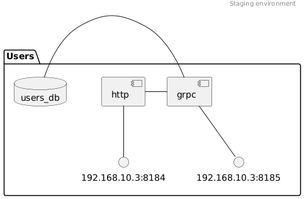
bd878/lesnotes keeps this PlantUML diagram as docs/images/services.png. Above is the earlier version.
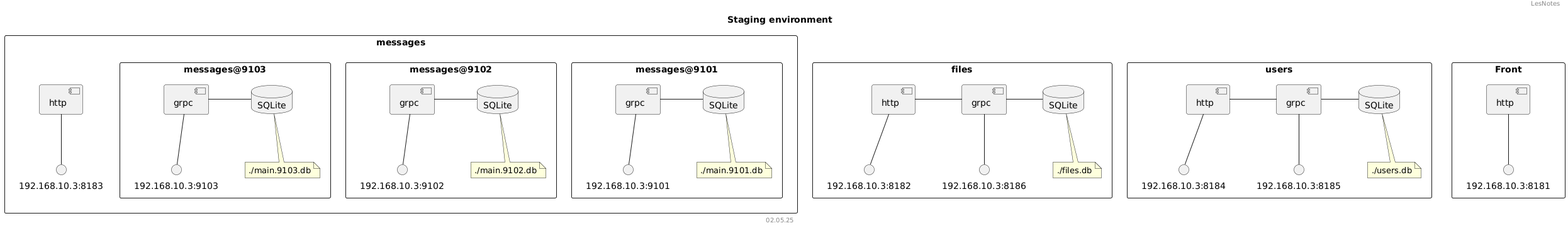
Above is the later version.

Commit message:
services diagram

Change to the diagram source:
```diff
@@ -1,18 +1,86 @@
 @startuml
 
-header Staging environment
+skinparam packageStyle rectangle
 
-package Users {
-	together {
-		[http] -- "192.168.10.3:8184"
-		[grpc] -- "192.168.10.3:8185"
+top to bottom direction
+
+header LesNotes
+title Staging environment
+
+together {
+	package users
+	package files
+	package messages
+}
+
+package Front as front {
+	component http as front_http
+	front_http -- "192.168.10.3:8181"
+}
+
+package Users as users {
+	component http as users_http
+	component grpc as users_grpc
+	database SQLite as users_db
+
+	users_http -- "192.168.10.3:8184"
+	users_grpc -- "192.168.10.3:8185"
+
+	users_grpc - users_db
+	users_http - users_grpc
+
+	note bottom of users_db : ./users.db
+}
+
+package Files as files {
+	component http as files_http
+	component grpc as files_grpc
+	database SQLite as files_db
+
+	files_http -- "192.168.10.3:8182"
+	files_grpc -- "192.168.10.3:8186"
+
+	files_grpc - files_db
+	files_http - files_grpc
+
+	note bottom of files_db : ./files.db
+}
+
+package Messages as messages {
+	component http as messages_http
+
+	messages_http -- "192.168.10.3:8183"
+
+	package "messages@9101" as 9101 {
+		component grpc as 9101_grpc
+		database SQLite as 9101_db
+
+		9101_grpc -- "192.168.10.3:9101"
+		9101_grpc - 9101_db
+
+		note bottom of 9101_db : ./main.9101.db
 	}
 
-	[grpc] - users_db
-	[http] - [grpc]
+	package "messages@9102" as 9102 {
+		component grpc as 9102_grpc
+		database SQLite as 9102_db
 
-	database "SQLite" as users_db {
+		9102_grpc -- "192.168.10.3:9102"
+		9102_grpc - 9102_db
+
+		note bottom of 9102_db : ./main.9102.db
+	}
+
+	package "messages@9103" as 9103 {
+		component grpc as 9103_grpc
+		database SQLite as 9103_db
+
+		9103_grpc -- "192.168.10.3:9103"
+		9103_grpc - 9103_db
+
+		note bottom of 9103_db : ./main.9103.db
 	}
 }
 
+footer 02.05.25
 @enduml
```
